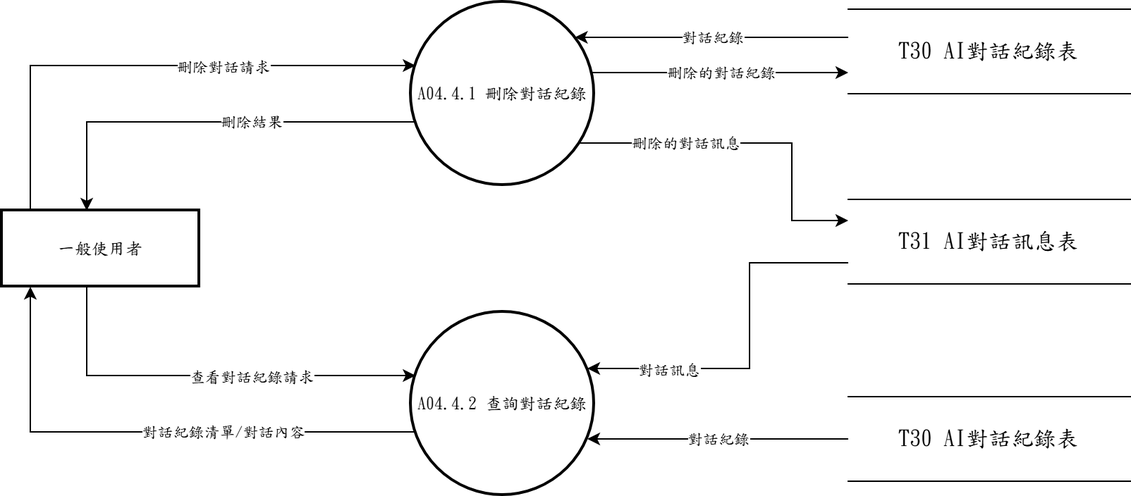
The draw.io diagram 系統文件/第6章/DFD圖/圖4/新/圖4-4.drawio.png in s22452007/115502, before a commit. Source tidied: cells renumbered, new cells last; positions are measured from the earlier drawing's top-left corner, leaving out a move shared by most shapes. Its diagram source:
```xml
<mxGraphModel>
  <root>
    <mxCell id="0" />
    <mxCell id="1" parent="0" />
    <mxCell id="2" value="一般使用者" style="whiteSpace=wrap;strokeWidth=2;fontFamily=標楷體;" parent="1" vertex="1">
      <mxGeometry y="148" width="140" height="54" as="geometry" />
    </mxCell>
    <mxCell id="3" value="A04.4.1 刪除對話紀錄" style="ellipse;strokeWidth=2;whiteSpace=wrap;fontFamily=標楷體;" parent="1" vertex="1">
      <mxGeometry x="290" width="130" height="130" as="geometry" />
    </mxCell>
    <mxCell id="4" value="A04.4.2 查詢對話紀錄" style="ellipse;strokeWidth=2;whiteSpace=wrap;fontFamily=標楷體;" parent="1" vertex="1">
      <mxGeometry x="290" y="220" width="130" height="130" as="geometry" />
    </mxCell>
    <mxCell id="5" value="&lt;span lang=&quot;EN-US&quot; style=&quot;font-size: 12pt;&quot;&gt;T30&amp;nbsp;&lt;/span&gt;&lt;span style=&quot;font-size: 12pt;&quot;&gt;AI對話紀錄表&lt;/span&gt;" style="shape=partialRectangle;whiteSpace=wrap;html=1;left=0;right=0;fontFamily=標楷體;" parent="1" vertex="1">
      <mxGeometry x="600" y="5" width="200" height="60" as="geometry" />
    </mxCell>
    <mxCell id="6" value="&lt;span lang=&quot;EN-US&quot; style=&quot;font-size: 12pt;&quot;&gt;T31&amp;nbsp;&lt;/span&gt;&lt;span style=&quot;font-size: 12pt;&quot;&gt;AI對話訊息表&lt;/span&gt;" style="shape=partialRectangle;whiteSpace=wrap;html=1;left=0;right=0;fontFamily=標楷體;" parent="1" vertex="1">
      <mxGeometry x="600" y="140" width="200" height="60" as="geometry" />
    </mxCell>
    <mxCell id="7" value="&lt;span lang=&quot;EN-US&quot; style=&quot;font-size: 12pt;&quot;&gt;T30&amp;nbsp;&lt;/span&gt;&lt;span style=&quot;font-size: 12pt;&quot;&gt;AI對話紀錄表&lt;/span&gt;" style="shape=partialRectangle;whiteSpace=wrap;html=1;left=0;right=0;fontFamily=標楷體;" parent="1" vertex="1">
      <mxGeometry x="600" y="280" width="200" height="60" as="geometry" />
    </mxCell>
    <mxCell id="8" style="edgeStyle=orthogonalEdgeStyle;rounded=0;jettySize=auto;html=1;exitX=0.1429;exitY=0.0000;exitDx=0;exitDy=0;exitPerimeter=0;entryX=0.0243;entryY=0.3462;entryDx=0;entryDy=0;entryPerimeter=0;" parent="1" edge="1" source="2" target="3">
      <mxGeometry relative="1" as="geometry">
        <Array as="points">
          <mxPoint x="20" y="45" />
        </Array>
      </mxGeometry>
    </mxCell>
    <mxCell id="9" value="刪除對話請求" style="edgeLabel;html=1;align=center;verticalAlign=middle;fontFamily=標楷體;" parent="8" vertex="1">
      <mxGeometry x="0.27" relative="1" as="geometry" />
    </mxCell>
    <mxCell id="10" style="edgeStyle=orthogonalEdgeStyle;rounded=0;jettySize=auto;html=1;exitX=0.0243;exitY=0.6538;exitDx=0;exitDy=0;exitPerimeter=0;entryX=0.4286;entryY=0.0000;entryDx=0;entryDy=0;entryPerimeter=0;" parent="1" edge="1" source="3" target="2">
      <mxGeometry relative="1" as="geometry">
        <Array as="points">
          <mxPoint x="60" y="85" />
        </Array>
      </mxGeometry>
    </mxCell>
    <mxCell id="11" value="刪除結果" style="edgeLabel;html=1;align=center;verticalAlign=middle;fontFamily=標楷體;" parent="10" vertex="1">
      <mxGeometry x="-0.21" relative="1" as="geometry" />
    </mxCell>
    <mxCell id="12" style="edgeStyle=orthogonalEdgeStyle;rounded=0;jettySize=auto;html=1;exitX=0.4286;exitY=1.0000;exitDx=0;exitDy=0;exitPerimeter=0;entryX=0.0243;entryY=0.3462;entryDx=0;entryDy=0;entryPerimeter=0;" parent="1" edge="1" source="2" target="4">
      <mxGeometry relative="1" as="geometry">
        <Array as="points">
          <mxPoint x="60" y="265" />
        </Array>
      </mxGeometry>
    </mxCell>
    <mxCell id="13" value="查看對話紀錄請求" style="edgeLabel;html=1;align=center;verticalAlign=middle;fontFamily=標楷體;" parent="12" vertex="1">
      <mxGeometry x="0.21" relative="1" as="geometry" />
    </mxCell>
    <mxCell id="14" style="edgeStyle=orthogonalEdgeStyle;rounded=0;jettySize=auto;html=1;exitX=0.0243;exitY=0.6538;exitDx=0;exitDy=0;exitPerimeter=0;entryX=0.1429;entryY=1.0000;entryDx=0;entryDy=0;entryPerimeter=0;" parent="1" edge="1" source="4" target="2">
      <mxGeometry relative="1" as="geometry">
        <Array as="points">
          <mxPoint x="20" y="305" />
        </Array>
      </mxGeometry>
    </mxCell>
    <mxCell id="15" value="對話紀錄清單/對話內容" style="edgeLabel;html=1;align=center;verticalAlign=middle;fontFamily=標楷體;" parent="14" vertex="1">
      <mxGeometry x="-0.27" relative="1" as="geometry" />
    </mxCell>
    <mxCell id="16" style="edgeStyle=orthogonalEdgeStyle;rounded=0;jettySize=auto;html=1;exitX=0.0000;exitY=0.3333;exitDx=0;exitDy=0;exitPerimeter=0;entryX=0.8941;entryY=0.1923;entryDx=0;entryDy=0;entryPerimeter=0;" parent="1" edge="1" source="5" target="3">
      <mxGeometry relative="1" as="geometry" />
    </mxCell>
    <mxCell id="17" value="對話紀錄" style="edgeLabel;html=1;align=center;verticalAlign=middle;fontFamily=標楷體;" parent="16" vertex="1">
      <mxGeometry relative="1" as="geometry" />
    </mxCell>
    <mxCell id="18" style="edgeStyle=orthogonalEdgeStyle;rounded=0;jettySize=auto;html=1;exitX=0.9865;exitY=0.3846;exitDx=0;exitDy=0;exitPerimeter=0;entryX=0.0000;entryY=0.7500;entryDx=0;entryDy=0;entryPerimeter=0;" parent="1" edge="1" source="3" target="5">
      <mxGeometry relative="1" as="geometry" />
    </mxCell>
    <mxCell id="19" value="刪除的對話紀錄" style="edgeLabel;html=1;align=center;verticalAlign=middle;fontFamily=標楷體;" parent="18" vertex="1">
      <mxGeometry relative="1" as="geometry" />
    </mxCell>
    <mxCell id="20" style="edgeStyle=orthogonalEdgeStyle;rounded=0;jettySize=auto;html=1;exitX=0.9213;exitY=0.7692;exitDx=0;exitDy=0;exitPerimeter=0;entryX=0.0000;entryY=0.2500;entryDx=0;entryDy=0;entryPerimeter=0;" parent="1" edge="1" source="3" target="6">
      <mxGeometry relative="1" as="geometry">
        <Array as="points">
          <mxPoint x="560" y="100" />
          <mxPoint x="560" y="155" />
        </Array>
      </mxGeometry>
    </mxCell>
    <mxCell id="21" value="刪除的對話訊息" style="edgeLabel;html=1;align=center;verticalAlign=middle;fontFamily=標楷體;" parent="20" vertex="1">
      <mxGeometry x="-0.39" relative="1" as="geometry" />
    </mxCell>
    <mxCell id="22" style="edgeStyle=orthogonalEdgeStyle;rounded=0;jettySize=auto;html=1;exitX=0.0000;exitY=0.7500;exitDx=0;exitDy=0;exitPerimeter=0;entryX=0.9615;entryY=0.3077;entryDx=0;entryDy=0;entryPerimeter=0;" parent="1" edge="1" source="6" target="4">
      <mxGeometry relative="1" as="geometry">
        <Array as="points">
          <mxPoint x="530" y="185" />
          <mxPoint x="530" y="260" />
        </Array>
      </mxGeometry>
    </mxCell>
    <mxCell id="23" value="對話訊息" style="edgeLabel;html=1;align=center;verticalAlign=middle;fontFamily=標楷體;" parent="22" vertex="1">
      <mxGeometry x="0.56" relative="1" as="geometry" />
    </mxCell>
    <mxCell id="24" style="edgeStyle=orthogonalEdgeStyle;rounded=0;jettySize=auto;html=1;exitX=0.0000;exitY=0.5000;exitDx=0;exitDy=0;exitPerimeter=0;entryX=0.9615;entryY=0.6923;entryDx=0;entryDy=0;entryPerimeter=0;" parent="1" edge="1" source="7" target="4">
      <mxGeometry relative="1" as="geometry" />
    </mxCell>
    <mxCell id="25" value="對話紀錄" style="edgeLabel;html=1;align=center;verticalAlign=middle;fontFamily=標楷體;" parent="24" vertex="1">
      <mxGeometry relative="1" as="geometry" />
    </mxCell>
  </root>
</mxGraphModel>
```
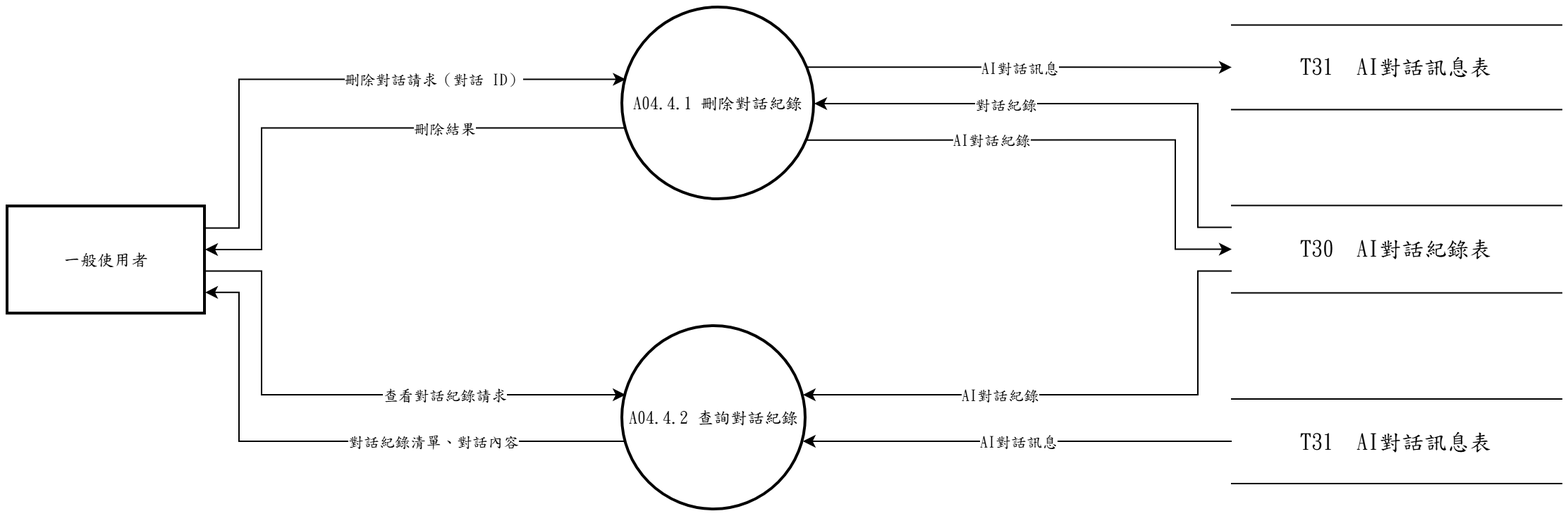
Later version of the same file.

The edit, as a diff of the source:
```diff
@@ -2,103 +2,112 @@
   <root>
     <mxCell id="0" />
     <mxCell id="1" parent="0" />
-    <mxCell id="2" value="一般使用者" style="whiteSpace=wrap;strokeWidth=2;fontFamily=標楷體;" parent="1" vertex="1">
-      <mxGeometry y="148" width="140" height="54" as="geometry" />
-    </mxCell>
-    <mxCell id="3" value="A04.4.1 刪除對話紀錄" style="ellipse;strokeWidth=2;whiteSpace=wrap;fontFamily=標楷體;" parent="1" vertex="1">
-      <mxGeometry x="290" width="130" height="130" as="geometry" />
+    <mxCell id="3" value="A04.4.1 刪除對話紀錄" style="ellipse;strokeWidth=2;whiteSpace=wrap;html=1;fontFamily=標楷體;" parent="1" vertex="1">
+      <mxGeometry x="436" y="20" width="136" height="136" as="geometry" />
     </mxCell>
-    <mxCell id="4" value="A04.4.2 查詢對話紀錄" style="ellipse;strokeWidth=2;whiteSpace=wrap;fontFamily=標楷體;" parent="1" vertex="1">
-      <mxGeometry x="290" y="220" width="130" height="130" as="geometry" />
+    <mxCell id="4" value="A04.4.2 查詢對話紀錄" style="ellipse;strokeWidth=2;whiteSpace=wrap;html=1;fontFamily=標楷體;" parent="1" vertex="1">
+      <mxGeometry x="436" y="246" width="130" height="130" as="geometry" />
     </mxCell>
-    <mxCell id="5" value="&lt;span lang=&quot;EN-US&quot; style=&quot;font-size: 12pt;&quot;&gt;T30&amp;nbsp;&lt;/span&gt;&lt;span style=&quot;font-size: 12pt;&quot;&gt;AI對話紀錄表&lt;/span&gt;" style="shape=partialRectangle;whiteSpace=wrap;html=1;left=0;right=0;fontFamily=標楷體;" parent="1" vertex="1">
-      <mxGeometry x="600" y="5" width="200" height="60" as="geometry" />
-    </mxCell>
-    <mxCell id="6" value="&lt;span lang=&quot;EN-US&quot; style=&quot;font-size: 12pt;&quot;&gt;T31&amp;nbsp;&lt;/span&gt;&lt;span style=&quot;font-size: 12pt;&quot;&gt;AI對話訊息表&lt;/span&gt;" style="shape=partialRectangle;whiteSpace=wrap;html=1;left=0;right=0;fontFamily=標楷體;" parent="1" vertex="1">
-      <mxGeometry x="600" y="140" width="200" height="60" as="geometry" />
-    </mxCell>
-    <mxCell id="7" value="&lt;span lang=&quot;EN-US&quot; style=&quot;font-size: 12pt;&quot;&gt;T30&amp;nbsp;&lt;/span&gt;&lt;span style=&quot;font-size: 12pt;&quot;&gt;AI對話紀錄表&lt;/span&gt;" style="shape=partialRectangle;whiteSpace=wrap;html=1;left=0;right=0;fontFamily=標楷體;" parent="1" vertex="1">
-      <mxGeometry x="600" y="280" width="200" height="60" as="geometry" />
-    </mxCell>
+    <mxCell id="2" value="一般使用者" style="whiteSpace=wrap;strokeWidth=2;html=1;fontFamily=標楷體;" parent="1" vertex="1">
+      <mxGeometry y="161.1" width="140" height="76" as="geometry" />
+    </mxCell>
+    <mxCell id="26" value="T31  AI對話訊息表" style="shape=partialRectangle;whiteSpace=wrap;html=1;left=0;right=0;fontFamily=標楷體;fontSize=16;" parent="1" vertex="1">
+      <mxGeometry x="868" y="32.2" width="234" height="60" as="geometry" />
+    </mxCell>
+    <mxCell id="27" value="T30  AI對話紀錄表" style="shape=partialRectangle;whiteSpace=wrap;html=1;left=0;right=0;fontFamily=標楷體;fontSize=16;" parent="1" vertex="1">
+      <mxGeometry x="868" y="160.3" width="234" height="62" as="geometry" />
+    </mxCell>
+    <mxCell id="28" value="T31  AI對話訊息表" style="shape=partialRectangle;whiteSpace=wrap;html=1;left=0;right=0;fontFamily=標楷體;fontSize=16;" parent="1" vertex="1">
+      <mxGeometry x="868" y="297.5" width="234" height="60" as="geometry" />
+    </mxCell>
-    <mxCell id="8" style="edgeStyle=orthogonalEdgeStyle;rounded=0;jettySize=auto;html=1;exitX=0.1429;exitY=0.0000;exitDx=0;exitDy=0;exitPerimeter=0;entryX=0.0243;entryY=0.3462;entryDx=0;entryDy=0;entryPerimeter=0;" parent="1" edge="1" source="2" target="3">
+    <mxCell id="8" style="edgeStyle=none;rounded=0;html=1;fontFamily=標楷體;endArrow=classic;exitX=1.0000;exitY=0.2000;exitDx=0;exitDy=0;exitPerimeter=0;entryX=0.0163;entryY=0.3733;entryDx=0;entryDy=0;entryPerimeter=0;" parent="1" edge="1" source="2" target="3">
       <mxGeometry relative="1" as="geometry">
         <Array as="points">
-          <mxPoint x="20" y="45" />
+          <mxPoint x="164" y="176.3" />
+          <mxPoint x="164" y="70.8" />
         </Array>
       </mxGeometry>
     </mxCell>
-    <mxCell id="9" value="刪除對話請求" style="edgeLabel;html=1;align=center;verticalAlign=middle;fontFamily=標楷體;" parent="8" vertex="1">
-      <mxGeometry x="0.27" relative="1" as="geometry" />
-    </mxCell>
+    <mxCell id="29" value="刪除對話請求（對話 ID）" style="edgeLabel;html=1;align=center;verticalAlign=middle;fontFamily=標楷體;" parent="8" vertex="1">
+      <mxGeometry x="0.32" relative="1" as="geometry" />
+    </mxCell>
+    <mxCell id="30" style="edgeStyle=none;rounded=0;html=1;fontFamily=標楷體;endArrow=classic;exitX=0.0000;exitY=0.2500;exitDx=0;exitDy=0;exitPerimeter=0;entryX=1.0000;entryY=0.5000;entryDx=0;entryDy=0;entryPerimeter=0;" parent="1" edge="1" source="27" target="3">
+      <mxGeometry relative="1" as="geometry">
+        <Array as="points">
+          <mxPoint x="844" y="175.8" />
+          <mxPoint x="844" y="88" />
+        </Array>
+      </mxGeometry>
+    </mxCell>
+    <mxCell id="31" value="對話紀錄" style="edgeLabel;html=1;align=center;verticalAlign=middle;fontFamily=標楷體;" parent="30" vertex="1">
+      <mxGeometry x="0.29" relative="1" as="geometry" />
+    </mxCell>
-    <mxCell id="10" style="edgeStyle=orthogonalEdgeStyle;rounded=0;jettySize=auto;html=1;exitX=0.0243;exitY=0.6538;exitDx=0;exitDy=0;exitPerimeter=0;entryX=0.4286;entryY=0.0000;entryDx=0;entryDy=0;entryPerimeter=0;" parent="1" edge="1" source="3" target="2">
+    <mxCell id="10" style="edgeStyle=none;rounded=0;html=1;fontFamily=標楷體;endArrow=classic;exitX=0.0163;exitY=0.6267;exitDx=0;exitDy=0;exitPerimeter=0;entryX=1.0000;entryY=0.4000;entryDx=0;entryDy=0;entryPerimeter=0;" parent="1" edge="1" source="3" target="2">
       <mxGeometry relative="1" as="geometry">
         <Array as="points">
-          <mxPoint x="60" y="85" />
+          <mxPoint x="180" y="105.2" />
+          <mxPoint x="180" y="191.5" />
         </Array>
       </mxGeometry>
     </mxCell>
     <mxCell id="11" value="刪除結果" style="edgeLabel;html=1;align=center;verticalAlign=middle;fontFamily=標楷體;" parent="10" vertex="1">
-      <mxGeometry x="-0.21" relative="1" as="geometry" />
+      <mxGeometry x="-0.33" relative="1" as="geometry" />
     </mxCell>
+    <mxCell id="32" style="edgeStyle=none;rounded=0;html=1;fontFamily=標楷體;endArrow=classic;exitX=0.9625;exitY=0.6900;exitDx=0;exitDy=0;exitPerimeter=0;entryX=0.0000;entryY=0.5000;entryDx=0;entryDy=0;entryPerimeter=0;" parent="1" edge="1" source="3" target="27">
+      <mxGeometry relative="1" as="geometry">
+        <Array as="points">
+          <mxPoint x="828" y="113.8" />
+          <mxPoint x="828" y="191.3" />
+        </Array>
+      </mxGeometry>
+    </mxCell>
+    <mxCell id="33" value="AI對話紀錄" style="edgeLabel;html=1;align=center;verticalAlign=middle;fontFamily=標楷體;" parent="32" vertex="1">
+      <mxGeometry x="-0.31" relative="1" as="geometry" />
+    </mxCell>
+    <mxCell id="34" style="edgeStyle=none;rounded=0;html=1;fontFamily=標楷體;endArrow=classic;exitX=0.9625;exitY=0.3100;exitDx=0;exitDy=0;exitPerimeter=0;entryX=0.0000;entryY=0.5000;entryDx=0;entryDy=0;entryPerimeter=0;" parent="1" edge="1" source="3" target="26">
+      <mxGeometry relative="1" as="geometry" />
+    </mxCell>
+    <mxCell id="35" value="AI對話訊息" style="edgeLabel;html=1;align=center;verticalAlign=middle;fontFamily=標楷體;" parent="34" vertex="1">
+      <mxGeometry relative="1" as="geometry" />
+    </mxCell>
-    <mxCell id="12" style="edgeStyle=orthogonalEdgeStyle;rounded=0;jettySize=auto;html=1;exitX=0.4286;exitY=1.0000;exitDx=0;exitDy=0;exitPerimeter=0;entryX=0.0243;entryY=0.3462;entryDx=0;entryDy=0;entryPerimeter=0;" parent="1" edge="1" source="2" target="4">
+    <mxCell id="12" style="edgeStyle=none;rounded=0;html=1;fontFamily=標楷體;endArrow=classic;exitX=1.0000;exitY=0.6000;exitDx=0;exitDy=0;exitPerimeter=0;entryX=0.0163;entryY=0.3733;entryDx=0;entryDy=0;entryPerimeter=0;" parent="1" edge="1" source="2" target="4">
       <mxGeometry relative="1" as="geometry">
         <Array as="points">
-          <mxPoint x="60" y="265" />
+          <mxPoint x="180" y="206.7" />
+          <mxPoint x="180" y="294.5" />
         </Array>
       </mxGeometry>
     </mxCell>
     <mxCell id="13" value="查看對話紀錄請求" style="edgeLabel;html=1;align=center;verticalAlign=middle;fontFamily=標楷體;" parent="12" vertex="1">
-      <mxGeometry x="0.21" relative="1" as="geometry" />
+      <mxGeometry x="0.33" relative="1" as="geometry" />
     </mxCell>
+    <mxCell id="36" style="edgeStyle=none;rounded=0;html=1;fontFamily=標楷體;endArrow=classic;exitX=0.0000;exitY=0.7500;exitDx=0;exitDy=0;exitPerimeter=0;entryX=0.9837;entryY=0.3733;entryDx=0;entryDy=0;entryPerimeter=0;" parent="1" edge="1" source="27" target="4">
+      <mxGeometry relative="1" as="geometry">
+        <Array as="points">
+          <mxPoint x="844" y="206.8" />
+          <mxPoint x="844" y="294.5" />
+        </Array>
+      </mxGeometry>
+    </mxCell>
+    <mxCell id="37" value="AI對話紀錄" style="edgeLabel;html=1;align=center;verticalAlign=middle;fontFamily=標楷體;" parent="36" vertex="1">
+      <mxGeometry x="0.28" relative="1" as="geometry" />
+    </mxCell>
+    <mxCell id="38" style="edgeStyle=none;rounded=0;html=1;fontFamily=標楷體;endArrow=classic;exitX=0.0000;exitY=0.5000;exitDx=0;exitDy=0;exitPerimeter=0;entryX=0.9837;entryY=0.6267;entryDx=0;entryDy=0;entryPerimeter=0;" parent="1" edge="1" source="28" target="4">
+      <mxGeometry relative="1" as="geometry" />
+    </mxCell>
+    <mxCell id="39" value="AI對話訊息" style="edgeLabel;html=1;align=center;verticalAlign=middle;fontFamily=標楷體;" parent="38" vertex="1">
+      <mxGeometry relative="1" as="geometry" />
+    </mxCell>
-    <mxCell id="14" style="edgeStyle=orthogonalEdgeStyle;rounded=0;jettySize=auto;html=1;exitX=0.0243;exitY=0.6538;exitDx=0;exitDy=0;exitPerimeter=0;entryX=0.1429;entryY=1.0000;entryDx=0;entryDy=0;entryPerimeter=0;" parent="1" edge="1" source="4" target="2">
+    <mxCell id="14" style="edgeStyle=none;rounded=0;html=1;fontFamily=標楷體;endArrow=classic;exitX=0.0163;exitY=0.6267;exitDx=0;exitDy=0;exitPerimeter=0;entryX=1.0000;entryY=0.8000;entryDx=0;entryDy=0;entryPerimeter=0;" parent="1" edge="1" source="4" target="2">
       <mxGeometry relative="1" as="geometry">
         <Array as="points">
-          <mxPoint x="20" y="305" />
+          <mxPoint x="164" y="327.5" />
+          <mxPoint x="164" y="221.9" />
         </Array>
       </mxGeometry>
     </mxCell>
-    <mxCell id="15" value="對話紀錄清單/對話內容" style="edgeLabel;html=1;align=center;verticalAlign=middle;fontFamily=標楷體;" parent="14" vertex="1">
-      <mxGeometry x="-0.27" relative="1" as="geometry" />
-    </mxCell>
-    <mxCell id="16" style="edgeStyle=orthogonalEdgeStyle;rounded=0;jettySize=auto;html=1;exitX=0.0000;exitY=0.3333;exitDx=0;exitDy=0;exitPerimeter=0;entryX=0.8941;entryY=0.1923;entryDx=0;entryDy=0;entryPerimeter=0;" parent="1" edge="1" source="5" target="3">
-      <mxGeometry relative="1" as="geometry" />
-    </mxCell>
-    <mxCell id="17" value="對話紀錄" style="edgeLabel;html=1;align=center;verticalAlign=middle;fontFamily=標楷體;" parent="16" vertex="1">
-      <mxGeometry relative="1" as="geometry" />
-    </mxCell>
-    <mxCell id="18" style="edgeStyle=orthogonalEdgeStyle;rounded=0;jettySize=auto;html=1;exitX=0.9865;exitY=0.3846;exitDx=0;exitDy=0;exitPerimeter=0;entryX=0.0000;entryY=0.7500;entryDx=0;entryDy=0;entryPerimeter=0;" parent="1" edge="1" source="3" target="5">
-      <mxGeometry relative="1" as="geometry" />
-    </mxCell>
-    <mxCell id="19" value="刪除的對話紀錄" style="edgeLabel;html=1;align=center;verticalAlign=middle;fontFamily=標楷體;" parent="18" vertex="1">
-      <mxGeometry relative="1" as="geometry" />
-    </mxCell>
-    <mxCell id="20" style="edgeStyle=orthogonalEdgeStyle;rounded=0;jettySize=auto;html=1;exitX=0.9213;exitY=0.7692;exitDx=0;exitDy=0;exitPerimeter=0;entryX=0.0000;entryY=0.2500;entryDx=0;entryDy=0;entryPerimeter=0;" parent="1" edge="1" source="3" target="6">
-      <mxGeometry relative="1" as="geometry">
-        <Array as="points">
-          <mxPoint x="560" y="100" />
-          <mxPoint x="560" y="155" />
-        </Array>
-      </mxGeometry>
-    </mxCell>
-    <mxCell id="21" value="刪除的對話訊息" style="edgeLabel;html=1;align=center;verticalAlign=middle;fontFamily=標楷體;" parent="20" vertex="1">
-      <mxGeometry x="-0.39" relative="1" as="geometry" />
-    </mxCell>
-    <mxCell id="22" style="edgeStyle=orthogonalEdgeStyle;rounded=0;jettySize=auto;html=1;exitX=0.0000;exitY=0.7500;exitDx=0;exitDy=0;exitPerimeter=0;entryX=0.9615;entryY=0.3077;entryDx=0;entryDy=0;entryPerimeter=0;" parent="1" edge="1" source="6" target="4">
-      <mxGeometry relative="1" as="geometry">
-        <Array as="points">
-          <mxPoint x="530" y="185" />
-          <mxPoint x="530" y="260" />
-        </Array>
-      </mxGeometry>
-    </mxCell>
-    <mxCell id="23" value="對話訊息" style="edgeLabel;html=1;align=center;verticalAlign=middle;fontFamily=標楷體;" parent="22" vertex="1">
-      <mxGeometry x="0.56" relative="1" as="geometry" />
-    </mxCell>
-    <mxCell id="24" style="edgeStyle=orthogonalEdgeStyle;rounded=0;jettySize=auto;html=1;exitX=0.0000;exitY=0.5000;exitDx=0;exitDy=0;exitPerimeter=0;entryX=0.9615;entryY=0.6923;entryDx=0;entryDy=0;entryPerimeter=0;" parent="1" edge="1" source="7" target="4">
-      <mxGeometry relative="1" as="geometry" />
-    </mxCell>
-    <mxCell id="25" value="對話紀錄" style="edgeLabel;html=1;align=center;verticalAlign=middle;fontFamily=標楷體;" parent="24" vertex="1">
-      <mxGeometry relative="1" as="geometry" />
-    </mxCell>
+    <mxCell id="40" value="對話紀錄清單、對話內容" style="edgeLabel;html=1;align=center;verticalAlign=middle;fontFamily=標楷體;" parent="14" vertex="1">
+      <mxGeometry x="-0.32" relative="1" as="geometry" />
+    </mxCell>
   </root>
 </mxGraphModel>
```
